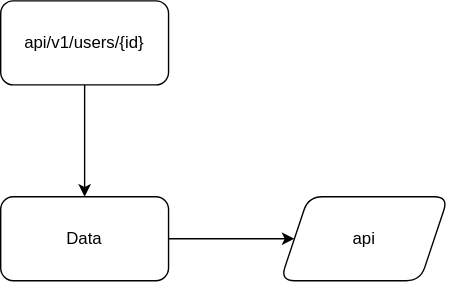
Earlier version of the draw.io export website/firebase_mongodb_nodejs/api_flow/get_user_id.drawio.svg (rospisey/fullstack). Source tidied: cells renumbered, new cells last; positions are measured from the earlier drawing's top-left corner, leaving out a move shared by most shapes.
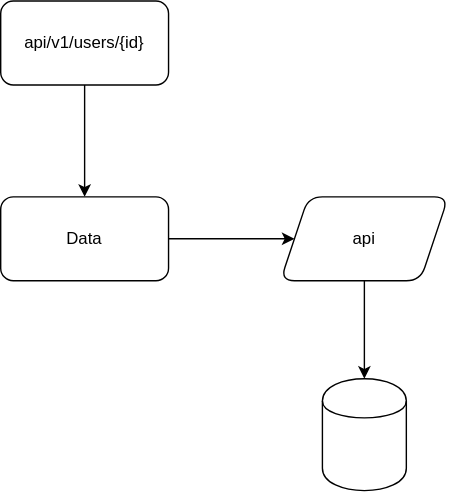
The same diagram one commit later.

The edit, as a diff of the source:
```diff
@@ -14,8 +14,14 @@
     <mxCell id="5" value="Data" style="rounded=1;whiteSpace=wrap;html=1;" parent="1" vertex="1">
       <mxGeometry y="140" width="120" height="60" as="geometry" />
     </mxCell>
+    <mxCell id="7" style="edgeStyle=orthogonalEdgeStyle;rounded=0;jettySize=auto;html=1;" parent="1" edge="1" source="6" target="8">
+      <mxGeometry relative="1" as="geometry" />
+    </mxCell>
     <mxCell id="6" value="api" style="shape=parallelogram;perimeter=parallelogramPerimeter;whiteSpace=wrap;html=1;fixedSize=1;rounded=1;" parent="1" vertex="1">
       <mxGeometry x="200" y="140" width="120" height="60" as="geometry" />
     </mxCell>
+    <mxCell id="8" style="shape=cylinder;whiteSpace=wrap;html=1;boundedLbl=1;backgroundOutline=1;rounded=1;" parent="1" vertex="1">
+      <mxGeometry x="230" y="270" width="60" height="80" as="geometry" />
+    </mxCell>
   </root>
 </mxGraphModel>
```
